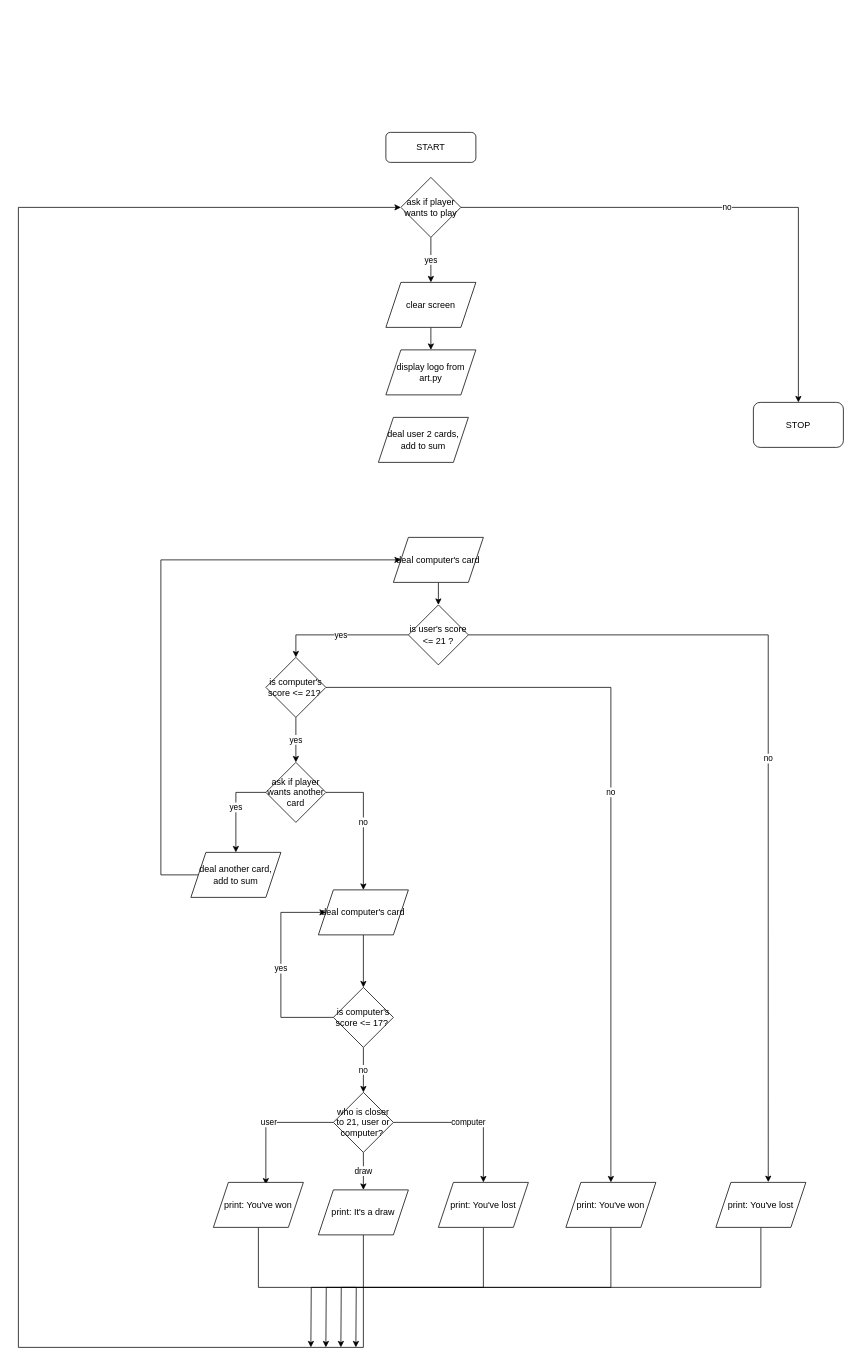
Above: Untitled Diagram.drawio in anniejanuary/APP_Blackjack-capstone (draw.io), before the change. Source tidied: cells renumbered, new cells numbered last; positions are measured from the earlier drawing's top-left corner, leaving out a move shared by most shapes. Both pictures are drawn from the tidied source at 75%, with x=0, y=0 at pixel (18, 132).
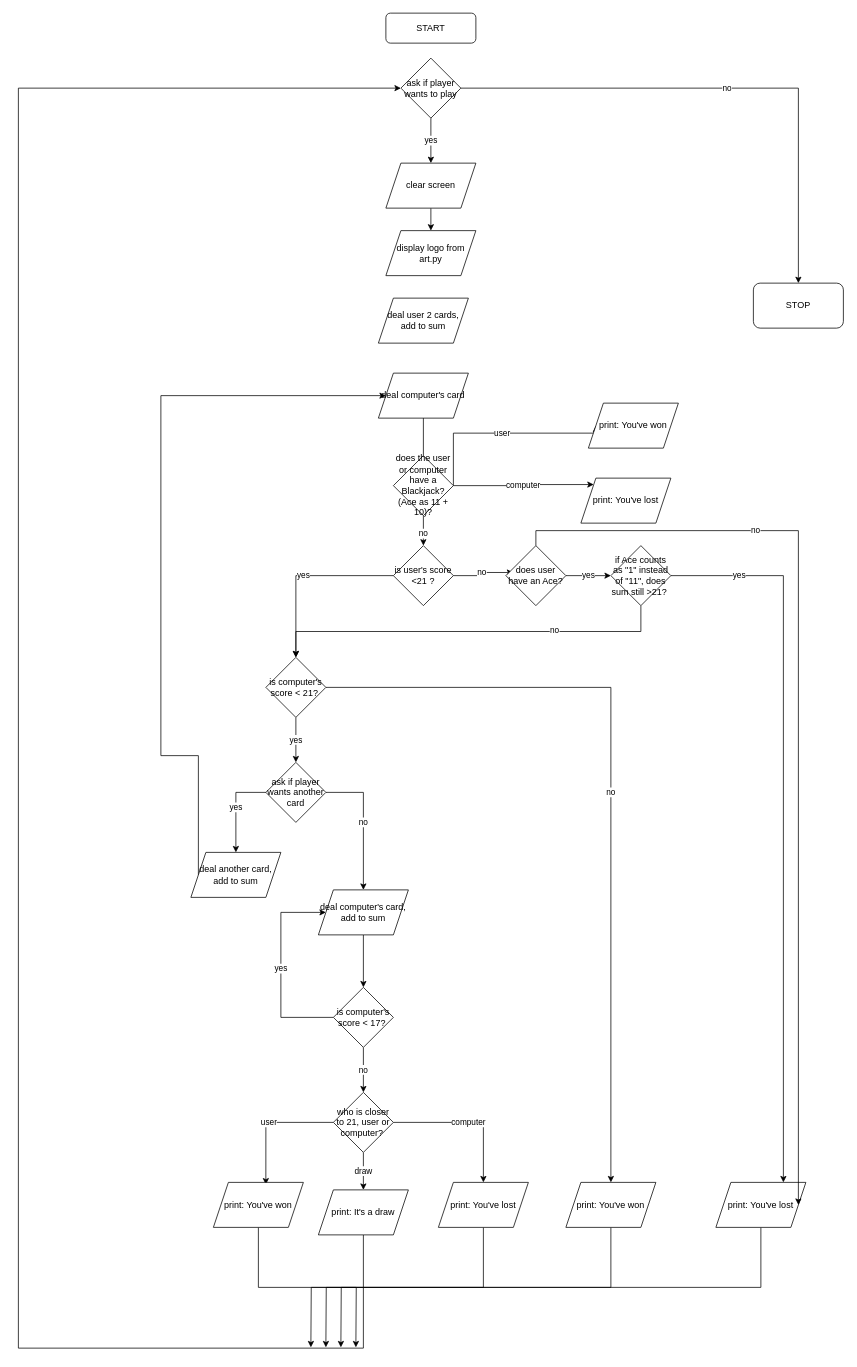
After the change.

The change refers to these unchanged cells:
```xml
<mxCell id="15" value="deal another card, add to sum" style="shape=parallelogram;perimeter=parallelogramPerimeter;whiteSpace=wrap;html=1;fixedSize=1;" parent="1" vertex="1">
  <mxGeometry x="230" y="960" width="120" height="60" as="geometry" />
</mxCell>
<mxCell id="20" value="print: You've lost" style="shape=parallelogram;perimeter=parallelogramPerimeter;whiteSpace=wrap;html=1;fixedSize=1;" parent="1" vertex="1">
  <mxGeometry x="930" y="1400" width="120" height="60" as="geometry" />
</mxCell>
<mxCell id="40" value="print: It's a draw" style="shape=parallelogram;perimeter=parallelogramPerimeter;whiteSpace=wrap;html=1;fixedSize=1;" parent="1" vertex="1">
  <mxGeometry x="400" y="1410" width="120" height="60" as="geometry" />
</mxCell>
```

The edit, as a diff of the source:
```diff
@@
     <mxCell id="2" value="START" style="rounded=1;whiteSpace=wrap;html=1;fontSize=12;glass=0;strokeWidth=1;shadow=0;" parent="1" vertex="1">
-      <mxGeometry x="490" width="120" height="40" as="geometry" />
+      <mxGeometry x="490" y="-159" width="120" height="40" as="geometry" />
     </mxCell>
     <mxCell id="3" value="display logo from art.py" style="shape=parallelogram;perimeter=parallelogramPerimeter;whiteSpace=wrap;html=1;fixedSize=1;" parent="1" vertex="1">
-      <mxGeometry x="490" y="290" width="120" height="60" as="geometry" />
+      <mxGeometry x="490" y="131" width="120" height="60" as="geometry" />
     </mxCell>
@@
     <mxCell id="6" value="ask if player wants to play" style="rhombus;whiteSpace=wrap;html=1;" parent="1" vertex="1">
-      <mxGeometry x="510" y="60" width="80" height="80" as="geometry" />
+      <mxGeometry x="510" y="-99" width="80" height="80" as="geometry" />
     </mxCell>
     <mxCell id="7" value="STOP" style="rounded=1;whiteSpace=wrap;html=1;" parent="1" vertex="1">
-      <mxGeometry x="980" y="360" width="120" height="60" as="geometry" />
+      <mxGeometry x="980" y="201" width="120" height="60" as="geometry" />
     </mxCell>
     <mxCell id="8" value="deal user 2 cards, add to sum" style="shape=parallelogram;perimeter=parallelogramPerimeter;whiteSpace=wrap;html=1;fixedSize=1;" parent="1" vertex="1">
-      <mxGeometry x="480" y="380" width="120" height="60" as="geometry" />
+      <mxGeometry x="480" y="221" width="120" height="60" as="geometry" />
     </mxCell>
-    <mxCell id="9" style="edgeStyle=orthogonalEdgeStyle;rounded=0;jettySize=auto;html=1;exitX=0.5;exitY=1;exitDx=0;exitDy=0;entryX=0.5;entryY=0;entryDx=0;entryDy=0;" parent="1" edge="1" source="10" target="18">
+    <mxCell id="9" style="edgeStyle=orthogonalEdgeStyle;rounded=0;jettySize=auto;html=1;exitX=0.5;exitY=1;exitDx=0;exitDy=0;entryX=0.5;entryY=0;entryDx=0;entryDy=0;startArrow=none;" parent="1" edge="1" source="47" target="18">
       <mxGeometry relative="1" as="geometry" />
     </mxCell>
+    <mxCell id="43" value="no" style="edgeLabel;html=1;align=center;verticalAlign=middle;" parent="9" vertex="1">
+      <mxGeometry x="0.14" y="-1" relative="1" as="geometry" />
+    </mxCell>
     <mxCell id="10" value="deal computer's card" style="shape=parallelogram;perimeter=parallelogramPerimeter;whiteSpace=wrap;html=1;fixedSize=1;" parent="1" vertex="1">
-      <mxGeometry x="500" y="540" width="120" height="60" as="geometry" />
+      <mxGeometry x="480" y="321" width="120" height="60" as="geometry" />
     </mxCell>
@@
     <mxCell id="14" style="edgeStyle=orthogonalEdgeStyle;rounded=0;jettySize=auto;html=1;exitX=0;exitY=0.5;exitDx=0;exitDy=0;entryX=0;entryY=0.5;entryDx=0;entryDy=0;" parent="1" edge="1" source="15" target="10">
       <mxGeometry relative="1" as="geometry">
         <Array as="points">
-          <mxPoint x="190" y="990" />
-          <mxPoint x="190" y="570" />
+          <mxPoint x="190" y="831" />
+          <mxPoint x="190" y="351" />
         </Array>
       </mxGeometry>
     </mxCell>
@@
-    <mxCell id="17" value="no" style="edgeStyle=orthogonalEdgeStyle;rounded=0;jettySize=auto;html=1;exitX=1;exitY=0.5;exitDx=0;exitDy=0;entryX=0.582;entryY=-0.006;entryDx=0;entryDy=0;entryPerimeter=0;exitPerimeter=0;" parent="1" edge="1" source="18" target="20">
-      <mxGeometry relative="1" as="geometry">
-        <Array as="points">
-          <mxPoint x="1000" y="670" />
-        </Array>
-      </mxGeometry>
-    </mxCell>
+    <mxCell id="44" value="no" style="edgeStyle=orthogonalEdgeStyle;rounded=0;jettySize=auto;html=1;exitX=1;exitY=0.5;exitDx=0;exitDy=0;entryX=0.123;entryY=0.448;entryDx=0;entryDy=0;entryPerimeter=0;" parent="1" edge="1" source="18" target="54">
+      <mxGeometry relative="1" as="geometry" />
+    </mxCell>
-    <mxCell id="18" value="is user's score &amp;lt;= 21 ?" style="rhombus;whiteSpace=wrap;html=1;" parent="1" vertex="1">
-      <mxGeometry x="520" y="630" width="80" height="80" as="geometry" />
+    <mxCell id="18" value="is user's score &amp;lt;21 ?" style="rhombus;whiteSpace=wrap;html=1;" parent="1" vertex="1">
+      <mxGeometry x="500" y="551" width="80" height="80" as="geometry" />
     </mxCell>
@@
-    <mxCell id="23" value="is computer's score &amp;lt;= 21?&amp;nbsp;" style="rhombus;whiteSpace=wrap;html=1;" parent="1" vertex="1">
+    <mxCell id="23" value="is computer's score &amp;lt; 21?&amp;nbsp;" style="rhombus;whiteSpace=wrap;html=1;" parent="1" vertex="1">
       <mxGeometry x="330" y="700" width="80" height="80" as="geometry" />
     </mxCell>
@@
-    <mxCell id="27" value="deal computer's card" style="shape=parallelogram;perimeter=parallelogramPerimeter;whiteSpace=wrap;html=1;fixedSize=1;" parent="1" vertex="1">
+    <mxCell id="27" value="deal computer's card, add to sum" style="shape=parallelogram;perimeter=parallelogramPerimeter;whiteSpace=wrap;html=1;fixedSize=1;" parent="1" vertex="1">
       <mxGeometry x="400" y="1010" width="120" height="60" as="geometry" />
     </mxCell>
@@
-    <mxCell id="30" value="is computer's score &amp;lt;= 17?&amp;nbsp;" style="rhombus;whiteSpace=wrap;html=1;" parent="1" vertex="1">
+    <mxCell id="30" value="is computer's score &amp;lt; 17?&amp;nbsp;" style="rhombus;whiteSpace=wrap;html=1;" parent="1" vertex="1">
       <mxGeometry x="420" y="1140" width="80" height="80" as="geometry" />
     </mxCell>
@@
     <mxCell id="39" style="edgeStyle=orthogonalEdgeStyle;rounded=0;jettySize=auto;html=1;exitX=0.5;exitY=1;exitDx=0;exitDy=0;entryX=0;entryY=0.5;entryDx=0;entryDy=0;" parent="1" edge="1" source="40" target="6">
       <mxGeometry relative="1" as="geometry">
         <Array as="points">
-          <mxPoint x="460" y="1620" />
-          <mxPoint y="1620" />
-          <mxPoint y="100" />
+          <mxPoint x="460" y="1621" />
+          <mxPoint y="1621" />
+          <mxPoint y="-59" />
         </Array>
       </mxGeometry>
     </mxCell>
@@
     <mxCell id="42" value="clear screen" style="shape=parallelogram;perimeter=parallelogramPerimeter;whiteSpace=wrap;html=1;fixedSize=1;" parent="1" vertex="1">
-      <mxGeometry x="490" y="200" width="120" height="60" as="geometry" />
+      <mxGeometry x="490" y="41" width="120" height="60" as="geometry" />
     </mxCell>
+    <mxCell id="45" value="user" style="edgeStyle=orthogonalEdgeStyle;rounded=0;jettySize=auto;html=1;exitX=1;exitY=0.5;exitDx=0;exitDy=0;entryX=0;entryY=0.5;entryDx=0;entryDy=0;" parent="1" edge="1" source="47" target="49">
+      <mxGeometry relative="1" as="geometry">
+        <Array as="points">
+          <mxPoint x="580" y="401" />
+          <mxPoint x="770" y="401" />
+        </Array>
+      </mxGeometry>
+    </mxCell>
+    <mxCell id="46" value="computer" style="edgeStyle=orthogonalEdgeStyle;rounded=0;jettySize=auto;html=1;exitX=1;exitY=0.5;exitDx=0;exitDy=0;entryX=0;entryY=0;entryDx=0;entryDy=0;" parent="1" edge="1" source="47" target="50">
+      <mxGeometry relative="1" as="geometry" />
+    </mxCell>
+    <mxCell id="47" value="does the user or computer have a Blackjack? (Ace as 11 + 10)?" style="rhombus;whiteSpace=wrap;html=1;" parent="1" vertex="1">
+      <mxGeometry x="500" y="431" width="80" height="80" as="geometry" />
+    </mxCell>
+    <mxCell id="48" style="edgeStyle=orthogonalEdgeStyle;rounded=0;jettySize=auto;html=1;exitX=0.5;exitY=1;exitDx=0;exitDy=0;entryX=0.5;entryY=0;entryDx=0;entryDy=0;endArrow=none;" parent="1" edge="1" source="10" target="47">
+      <mxGeometry relative="1" as="geometry" />
+    </mxCell>
+    <mxCell id="49" value="print: You've won" style="shape=parallelogram;perimeter=parallelogramPerimeter;whiteSpace=wrap;html=1;fixedSize=1;" parent="1" vertex="1">
+      <mxGeometry x="760" y="361" width="120" height="60" as="geometry" />
+    </mxCell>
+    <mxCell id="50" value="print: You've lost" style="shape=parallelogram;perimeter=parallelogramPerimeter;whiteSpace=wrap;html=1;fixedSize=1;" parent="1" vertex="1">
+      <mxGeometry x="750" y="461" width="120" height="60" as="geometry" />
+    </mxCell>
+    <mxCell id="51" value="yes" style="edgeStyle=orthogonalEdgeStyle;rounded=0;jettySize=auto;html=1;exitX=1;exitY=0.5;exitDx=0;exitDy=0;entryX=0;entryY=0.5;entryDx=0;entryDy=0;" parent="1" edge="1" source="54" target="58">
+      <mxGeometry relative="1" as="geometry" />
+    </mxCell>
+    <mxCell id="52" style="edgeStyle=orthogonalEdgeStyle;rounded=0;jettySize=auto;html=1;exitX=0.5;exitY=0;exitDx=0;exitDy=0;entryX=1;entryY=0.5;entryDx=0;entryDy=0;" parent="1" edge="1" source="54" target="20">
+      <mxGeometry relative="1" as="geometry" />
+    </mxCell>
+    <mxCell id="53" value="no" style="edgeLabel;html=1;align=center;verticalAlign=middle;" parent="52" vertex="1">
+      <mxGeometry x="-0.51" y="1" relative="1" as="geometry">
+        <mxPoint x="1" as="offset" />
+      </mxGeometry>
+    </mxCell>
+    <mxCell id="54" value="does user have an Ace?" style="rhombus;whiteSpace=wrap;html=1;" parent="1" vertex="1">
+      <mxGeometry x="650" y="551" width="80" height="80" as="geometry" />
+    </mxCell>
+    <mxCell id="55" value="yes" style="edgeStyle=orthogonalEdgeStyle;rounded=0;jettySize=auto;html=1;exitX=1;exitY=0.5;exitDx=0;exitDy=0;entryX=0.75;entryY=0;entryDx=0;entryDy=0;" parent="1" edge="1" source="58" target="20">
+      <mxGeometry x="-0.81" relative="1" as="geometry" />
+    </mxCell>
+    <mxCell id="56" style="edgeStyle=orthogonalEdgeStyle;rounded=0;jettySize=auto;html=1;exitX=0.5;exitY=1;exitDx=0;exitDy=0;entryX=0.5;entryY=0;entryDx=0;entryDy=0;" parent="1" edge="1" source="58" target="23">
+      <mxGeometry relative="1" as="geometry" />
+    </mxCell>
+    <mxCell id="57" value="no" style="edgeLabel;html=1;align=center;verticalAlign=middle;" parent="56" vertex="1">
+      <mxGeometry x="-0.43" y="-2" relative="1" as="geometry">
+        <mxPoint x="1" as="offset" />
+      </mxGeometry>
+    </mxCell>
+    <mxCell id="58" value="if Ace counts as &quot;1&quot; instead of &quot;11&quot;, does sum still &amp;gt;21?&amp;nbsp;" style="rhombus;whiteSpace=wrap;html=1;" parent="1" vertex="1">
+      <mxGeometry x="790" y="551" width="80" height="80" as="geometry" />
+    </mxCell>
```
